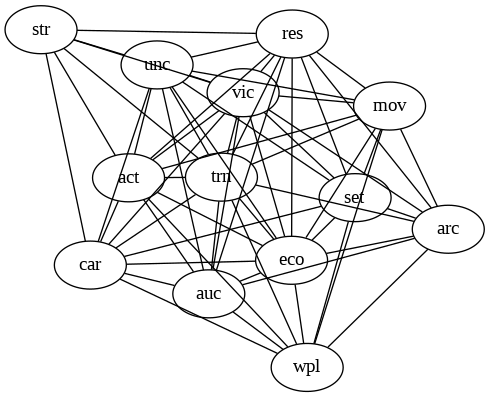
Earlier version of the Graphviz export chapg.png (mnagaku/digraj202103). Its source is kept beside it as chapg.dot.
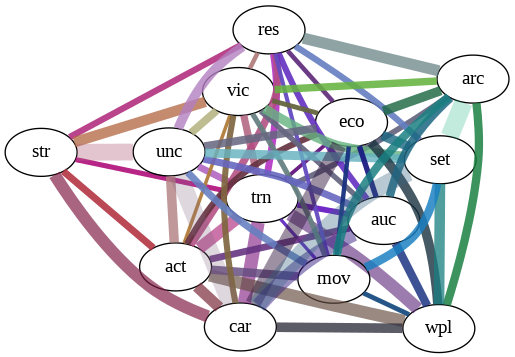
The same file after the commit.

What changed in the source:
```diff
@@ -1,63 +1,185 @@
 strict graph "" {
-	graph [layout=fdp];
-	str -- trn	[weight=1];
-	str -- act	[weight=2];
-	str -- res	[weight=2];
-	str -- vic	[weight=5];
-	str -- unc	[weight=7];
-	str -- car	[weight=2];
-	trn -- act	[weight=10];
-	trn -- res	[weight=4];
-	trn -- vic	[weight=4];
-	trn -- unc	[weight=2];
-	trn -- eco	[weight=1];
-	trn -- auc	[weight=2];
-	trn -- wpl	[weight=5];
-	trn -- mov	[weight=1];
-	trn -- arc	[weight=1];
-	trn -- car	[weight=4];
-	act -- res	[weight=5];
-	act -- vic	[weight=1];
-	act -- unc	[weight=4];
-	act -- eco	[weight=3];
-	act -- auc	[weight=3];
-	act -- wpl	[weight=5];
-	act -- mov	[weight=7];
-	act -- car	[weight=3];
-	res -- vic	[weight=2];
-	res -- unc	[weight=5];
-	res -- eco	[weight=2];
-	res -- auc	[weight=3];
-	res -- mov	[weight=2];
-	res -- arc	[weight=5];
-	res -- set	[weight=1];
-	vic -- unc	[weight=3];
-	vic -- eco	[weight=2];
-	vic -- auc	[weight=2];
-	vic -- mov	[weight=3];
-	vic -- arc	[weight=2];
-	vic -- set	[weight=2];
-	vic -- car	[weight=1];
-	unc -- eco	[weight=3];
-	unc -- auc	[weight=2];
-	unc -- mov	[weight=3];
-	unc -- set	[weight=1];
-	unc -- car	[weight=5];
-	eco -- auc	[weight=2];
-	eco -- wpl	[weight=3];
-	eco -- mov	[weight=2];
-	eco -- arc	[weight=3];
-	eco -- set	[weight=2];
-	eco -- car	[weight=6];
-	auc -- wpl	[weight=2];
-	auc -- arc	[weight=2];
-	auc -- car	[weight=5];
-	wpl -- mov	[weight=1];
-	wpl -- arc	[weight=1];
-	wpl -- set	[weight=1];
-	wpl -- car	[weight=1];
-	mov -- arc	[weight=3];
-	mov -- set	[weight=2];
-	arc -- set	[weight=3];
-	set -- car	[weight=2];
+	graph [layout=fdp,
+		splines=True
+	];
+	str -- trn	[color="#b21980f0",
+		penwidth=3.8348249442368525,
+		weight=0.0058823529411764705];
+	str -- act	[color="#b23240e3",
+		penwidth=5.270462766947299,
+		weight=0.011111111111111112];
+	str -- res	[color="#b23280e8",
+		penwidth=4.767312946227961,
+		weight=0.00909090909090909];
+	str -- vic	[color="#b26540c0",
+		penwidth=7.905694150420948,
+		weight=0.025];
+	str -- unc	[color="#b265805f",
+		penwidth=12.613124477737825,
+		weight=0.06363636363636363];
+	str -- car	[color="#7f1940ab",
+		penwidth=9.128709291752768,
+		weight=0.03333333333333333];
+	trn -- act	[color="#b23280ad",
+		penwidth=9.03876907577734,
+		weight=0.032679738562091505];
+	trn -- res	[color="#b232c0e4",
+		penwidth=5.1708768999501915,
+		weight=0.0106951871657754];
+	trn -- vic	[color="#b26580e1",
+		penwidth=5.423261445466404,
+		weight=0.011764705882352941];
+	trn -- unc	[color="#b265c0e4",
+		penwidth=5.1708768999501915,
+		weight=0.0106951871657754];
+	trn -- eco	[color="#651980f7",
+		penwidth=2.782074420373286,
+		weight=0.0030959752321981426];
+	trn -- auc	[color="#6519c0ec",
+		penwidth=4.287464628562721,
+		weight=0.007352941176470588];
+	trn -- wpl	[color="#653280a3",
+		penwidth=9.58706236059213,
+		weight=0.03676470588235294];
+	trn -- mov	[color="#6532c0f8",
+		penwidth=2.4753688574416857,
+		weight=0.0024509803921568627];
+	trn -- arc	[color="#656580ec",
+		penwidth=4.287464628562721,
+		weight=0.007352941176470588];
+	trn -- car	[color="#7f19809c",
+		penwidth=9.901475429766743,
+		weight=0.0392156862745098];
+	act -- res	[color="#b24c80df",
+		penwidth=5.618332187193683,
+		weight=0.012626262626262626];
+	act -- vic	[color="#b27f40f8",
+		penwidth=2.6352313834736494,
+		weight=0.002777777777777778];
+	act -- unc	[color="#b27f80cc",
+		penwidth=7.106690545187015,
+		weight=0.020202020202020204];
+	act -- eco	[color="#653240e9",
+		penwidth=4.68292905790847,
+		weight=0.008771929824561403];
+	act -- auc	[color="#653280e4",
+		penwidth=5.103103630798287,
+		weight=0.010416666666666666];
+	act -- wpl	[color="#654c40a8",
+		penwidth=9.316949906249123,
+		weight=0.034722222222222224];
+	act -- mov	[color="#654c80d6",
+		penwidth=6.364688465216445,
+		weight=0.016203703703703703];
+	act -- car	[color="#7f3240b9",
+		penwidth=8.333333333333332,
+		weight=0.027777777777777776];
+	res -- vic	[color="#b27f80f3",
+		penwidth=3.3709993123162105,
+		weight=0.004545454545454545];
+	res -- unc	[color="#b27fc0cb",
+		penwidth=7.1869946822008615,
+		weight=0.02066115702479339];
+	res -- eco	[color="#653280f3",
+		penwidth=3.4585723193303735,
+		weight=0.004784688995215311];
+	res -- auc	[color="#6532c0e9",
+		penwidth=4.615930911724978,
+		weight=0.008522727272727272];
+	res -- mov	[color="#654cc0f5",
+		penwidth=3.0772872744833184,
+		weight=0.003787878787878788];
+	res -- arc	[color="#657f80b7",
+		penwidth=8.427498280790525,
+		weight=0.028409090909090908];
+	res -- set	[color="#657fc0e8",
+		penwidth=4.767312946227961,
+		weight=0.00909090909090909];
+	vic -- unc	[color="#b2b280dc",
+		penwidth=5.8387420812114215,
+		weight=0.013636363636363636];
+	vic -- eco	[color="#656540f1",
+		penwidth=3.6273812505500582,
+		weight=0.005263157894736842];
+	vic -- auc	[color="#656580ef",
+		penwidth=3.952847075210474,
+		weight=0.00625];
+	vic -- mov	[color="#657f80ef",
+		penwidth=3.952847075210474,
+		weight=0.00625];
+	vic -- arc	[color="#65b240df",
+		penwidth=5.5901699437494745,
+		weight=0.0125];
+	vic -- set	[color="#65b280cd",
+		penwidth=7.0710678118654755,
+		weight=0.02];
+	vic -- car	[color="#7f6540ea",
+		penwidth=4.564354645876384,
+		weight=0.008333333333333333];
+	unc -- eco	[color="#656580db",
+		penwidth=5.990422978731538,
+		weight=0.014354066985645933];
+	unc -- auc	[color="#6565c0e2",
+		penwidth=5.330017908890261,
+		weight=0.011363636363636364];
+	unc -- mov	[color="#657fc0e2",
+		penwidth=5.330017908890261,
+		weight=0.011363636363636364];
+	unc -- set	[color="#65b2c0d1",
+		penwidth=6.741998624632421,
+		weight=0.01818181818181818];
+	unc -- car	[color="#7f658041",
+		penwidth=13.762047064079507,
+		weight=0.07575757575757576];
+	eco -- auc	[color="#191980ee",
+		penwidth=4.055535528269064,
+		weight=0.006578947368421052];
+	eco -- wpl	[color="#193240cd",
+		penwidth=7.024393586862704,
+		weight=0.019736842105263157];
+	eco -- mov	[color="#193280f4",
+		penwidth=3.3113308926626095,
+		weight=0.0043859649122807015];
+	eco -- arc	[color="#196540cd",
+		penwidth=7.024393586862704,
+		weight=0.019736842105263157];
+	eco -- set	[color="#196580ca",
+		penwidth=7.2547625011001164,
+		weight=0.021052631578947368];
+	eco -- car	[color="#3219407b",
+		penwidth=11.470786693528089,
+		weight=0.05263157894736842];
+	auc -- wpl	[color="#193280d7",
+		penwidth=6.25,
+		weight=0.015625];
+	auc -- arc	[color="#196580d7",
+		penwidth=6.25,
+		weight=0.015625];
+	auc -- car	[color="#3219807c",
+		penwidth=11.41088661469096,
+		weight=0.052083333333333336];
+	wpl -- mov	[color="#194c80f1",
+		penwidth=3.608439182435161,
+		weight=0.005208333333333333];
+	wpl -- arc	[color="#197f40d7",
+		penwidth=6.25,
+		weight=0.015625];
+	wpl -- set	[color="#197f80c0",
+		penwidth=7.905694150420948,
+		weight=0.025];
+	wpl -- car	[color="#323240ca",
+		penwidth=7.216878364870322,
+		weight=0.020833333333333332];
+	mov -- arc	[color="#197f80d7",
+		penwidth=6.25,
+		weight=0.015625];
+	mov -- set	[color="#197fc0d5",
+		penwidth=6.454972243679028,
+		weight=0.016666666666666666];
+	arc -- set	[color="#19b28043",
+		penwidth=13.693063937629152,
+		weight=0.075];
+	set -- car	[color="#32658058",
+		penwidth=12.909944487358056,
+		weight=0.06666666666666667];
 }
```
